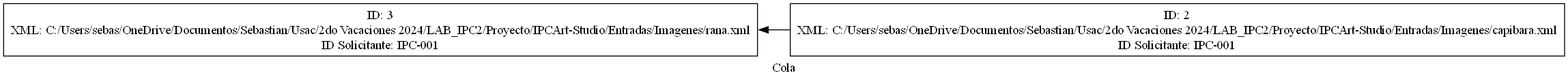
The Graphviz diagram reportes/Cola.png in SebastianVelasquezValle/IPC2_ProyectoVD2024_-202300580, before a commit. Its source is kept beside it as reportesdot/Cola.dot.
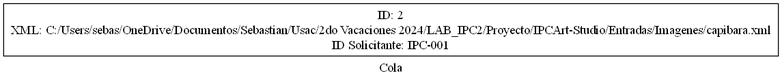
The same diagram one commit later.

Diff of the diagram source:
```diff
@@ -3,6 +3,4 @@
     label="Cola";
     node[shape=box];
     nodo0[label="ID: 2\nXML: C:/Users/sebas/OneDrive/Documentos/Sebastian/Usac/2do Vacaciones 2024/LAB_IPC2/Proyecto/IPCArt-Studio/Entradas/Imagenes/capibara.xml\nID Solicitante: IPC-001"];
-nodo1[label="ID: 3\nXML: C:/Users/sebas/OneDrive/Documentos/Sebastian/Usac/2do Vacaciones 2024/LAB_IPC2/Proyecto/IPCArt-Studio/Entradas/Imagenes/rana.xml\nID Solicitante: IPC-001"];
-nodo0 -> nodo1;
 }
```
